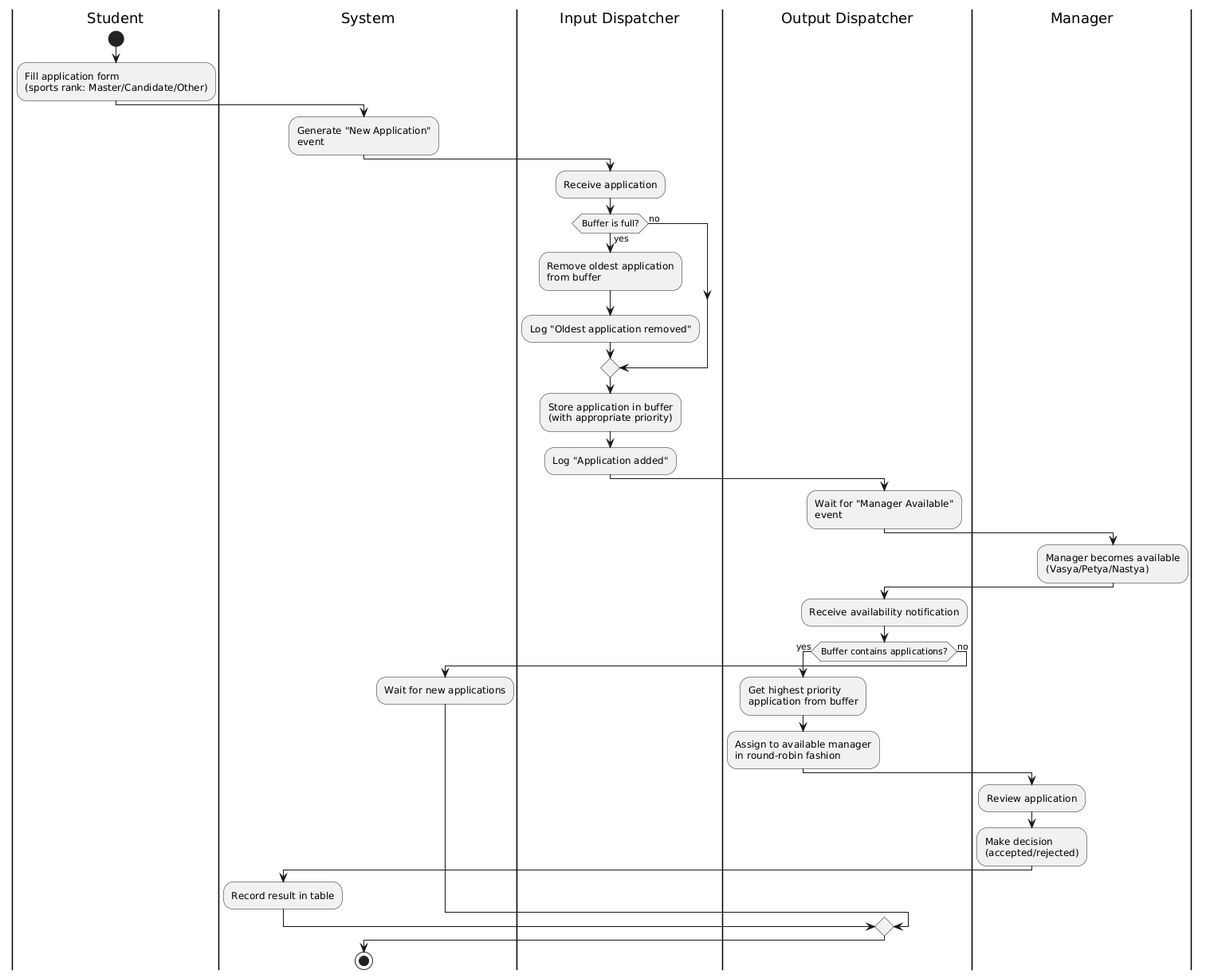
Earlier version of the PlantUML export Sem5/SoftSysArch/flowchart.png (User1235321/My-learning-repo).
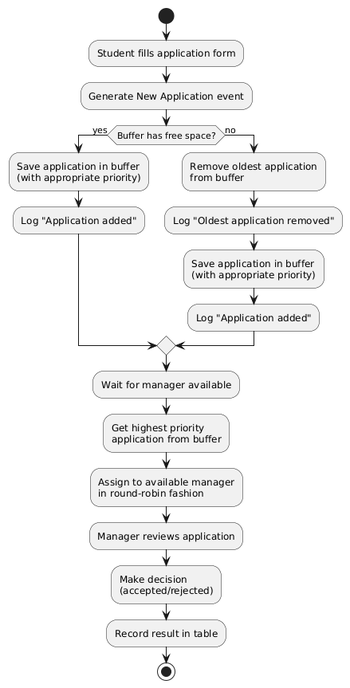
Later version of the same file.

Diff of the diagram source:
```diff
@@ -1,40 +1,24 @@
 @startuml
-|Student|
 start
-:Fill application form\n(sports rank: Master/Candidate/Other);
-|System|
-:Generate "New Application"\nevent;
-|Input Dispatcher|
-:Receive application;
-
-if (Buffer is full?) then (yes)
+:Student fills application form;
+:Generate New Application event;
+if (Buffer has free space?) then (yes)
+  :Save application in buffer\n(with appropriate priority);
+  :Log "Application added";
+else (no)
   :Remove oldest application\nfrom buffer;
   :Log "Oldest application removed";
-else (no)
+  :Save application in buffer\n(with appropriate priority);
+  :Log "Application added";
 endif
 
-:Store application in buffer\n(with appropriate priority);
-:Log "Application added";
+:Wait for manager available;
 
-|Output Dispatcher|
-:Wait for "Manager Available"\nevent;
-
-|Manager|
-:Manager becomes available\n(Vasya/Petya/Nastya);
-|Output Dispatcher|
-:Receive availability notification;
-
-if (Buffer contains applications?) then (yes)
-  :Get highest priority\napplication from buffer;
-  :Assign to available manager\nin round-robin fashion;
-  |Manager|
-  :Review application;
-  :Make decision\n(accepted/rejected);
-  |System|
-  :Record result in table;
-else (no)
-  :Wait for new applications;
-endif
+:Get highest priority\napplication from buffer;
+:Assign to available manager\nin round-robin fashion;
+:Manager reviews application;
+:Make decision\n(accepted/rejected);
+:Record result in table;
 
 stop
 @enduml
```
